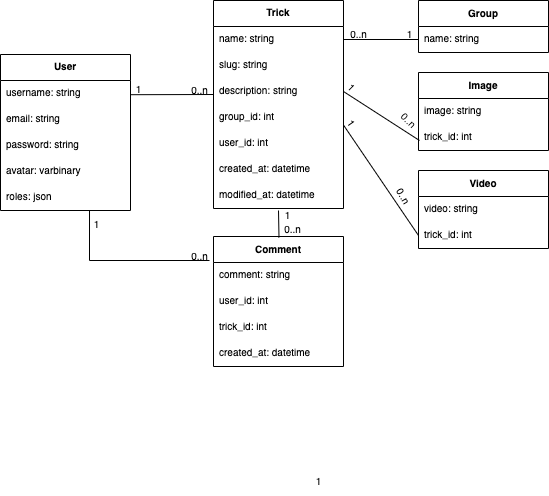
Earlier version of the draw.io export diagrammes/Diagramme-de-classes.png (ZitaNguyen/SnowTricks). Source tidied: cells renumbered, new cells last; positions are measured from the earlier drawing's top-left corner, leaving out a move shared by most shapes. Its diagram source:
```xml
<mxGraphModel>
  <root>
    <mxCell id="0" />
    <mxCell id="1" parent="0" />
    <mxCell id="2" value="User" style="swimlane;fontStyle=1;align=center;verticalAlign=top;horizontal=1;startSize=26;fontSize=10;" parent="1" vertex="1">
      <mxGeometry y="54" width="130" height="156" as="geometry" />
    </mxCell>
    <mxCell id="3" value="username: string" style="text;strokeColor=none;fillColor=none;align=left;verticalAlign=top;spacingLeft=4;spacingRight=4;overflow=hidden;fontSize=10;" parent="2" vertex="1">
      <mxGeometry y="26" width="130" height="26" as="geometry" />
    </mxCell>
    <mxCell id="4" value="email: string" style="text;strokeColor=none;fillColor=none;align=left;verticalAlign=top;spacingLeft=4;spacingRight=4;overflow=hidden;fontSize=10;" parent="2" vertex="1">
      <mxGeometry y="52" width="130" height="26" as="geometry" />
    </mxCell>
    <mxCell id="5" value="password: string" style="text;strokeColor=none;fillColor=none;align=left;verticalAlign=top;spacingLeft=4;spacingRight=4;overflow=hidden;fontSize=10;" parent="2" vertex="1">
      <mxGeometry y="78" width="130" height="26" as="geometry" />
    </mxCell>
    <mxCell id="6" value="avatar: varbinary" style="text;strokeColor=none;fillColor=none;align=left;verticalAlign=top;spacingLeft=4;spacingRight=4;overflow=hidden;fontSize=10;" parent="2" vertex="1">
      <mxGeometry y="104" width="130" height="26" as="geometry" />
    </mxCell>
    <mxCell id="7" value="roles: json" style="text;strokeColor=none;fillColor=none;align=left;verticalAlign=top;spacingLeft=4;spacingRight=4;overflow=hidden;fontSize=10;" parent="2" vertex="1">
      <mxGeometry y="130" width="130" height="26" as="geometry" />
    </mxCell>
    <mxCell id="8" value="Comment" style="swimlane;fontStyle=1;horizontal=1;startSize=26;fillColor=none;fontSize=10;" parent="1" vertex="1">
      <mxGeometry x="213" y="236" width="130" height="130" as="geometry" />
    </mxCell>
    <mxCell id="9" value="comment: string" style="text;strokeColor=none;fillColor=none;align=left;verticalAlign=top;spacingLeft=4;spacingRight=4;overflow=hidden;fontSize=10;" parent="8" vertex="1">
      <mxGeometry y="26" width="130" height="26" as="geometry" />
    </mxCell>
    <mxCell id="10" value="user_id: int" style="text;strokeColor=none;fillColor=none;align=left;verticalAlign=top;spacingLeft=4;spacingRight=4;overflow=hidden;fontSize=10;" parent="8" vertex="1">
      <mxGeometry y="52" width="130" height="26" as="geometry" />
    </mxCell>
    <mxCell id="11" value="trick_id: int" style="text;strokeColor=none;fillColor=none;align=left;verticalAlign=top;spacingLeft=4;spacingRight=4;overflow=hidden;fontSize=10;" parent="8" vertex="1">
      <mxGeometry y="78" width="130" height="26" as="geometry" />
    </mxCell>
    <mxCell id="12" value="created_at: datetime" style="text;strokeColor=none;fillColor=none;align=left;verticalAlign=top;spacingLeft=4;spacingRight=4;overflow=hidden;fontSize=10;" parent="8" vertex="1">
      <mxGeometry y="104" width="130" height="26" as="geometry" />
    </mxCell>
    <mxCell id="13" value="1" style="text;html=1;align=center;verticalAlign=middle;strokeColor=none;fillColor=none;fontSize=10;rotation=55;" parent="1" vertex="1">
      <mxGeometry x="337" y="107" width="30" height="30" as="geometry" />
    </mxCell>
    <mxCell id="14" value="0..n" style="text;html=1;align=center;verticalAlign=middle;strokeColor=none;fillColor=none;fontSize=10;rotation=45;" parent="1" vertex="1">
      <mxGeometry x="389" y="104" width="40" height="30" as="geometry" />
    </mxCell>
    <mxCell id="15" value="Trick" style="swimlane;fontStyle=1;align=center;verticalAlign=top;horizontal=1;startSize=26;fontSize=10;" parent="1" vertex="1">
      <mxGeometry x="213" width="130" height="208" as="geometry" />
    </mxCell>
    <mxCell id="16" value="name: string" style="text;strokeColor=none;fillColor=none;align=left;verticalAlign=top;spacingLeft=4;spacingRight=4;overflow=hidden;points=[[0,0.5],[1,0.5]];portConstraint=eastwest;fontSize=10;" parent="15" vertex="1">
      <mxGeometry y="26" width="130" height="26" as="geometry" />
    </mxCell>
    <mxCell id="17" value="slug: string" style="text;strokeColor=none;fillColor=none;align=left;verticalAlign=top;spacingLeft=4;spacingRight=4;overflow=hidden;fontSize=10;" parent="15" vertex="1">
      <mxGeometry y="52" width="130" height="26" as="geometry" />
    </mxCell>
    <mxCell id="18" value="description: string" style="text;strokeColor=none;fillColor=none;align=left;verticalAlign=top;spacingLeft=4;spacingRight=4;overflow=hidden;points=[[0,0.5],[1,0.5]];portConstraint=eastwest;fontSize=10;" parent="15" vertex="1">
      <mxGeometry y="78" width="130" height="26" as="geometry" />
    </mxCell>
    <mxCell id="19" value="group_id: int" style="text;strokeColor=none;fillColor=none;align=left;verticalAlign=top;spacingLeft=4;spacingRight=4;overflow=hidden;points=[[0,0.5],[1,0.5]];portConstraint=eastwest;fontSize=10;" parent="15" vertex="1">
      <mxGeometry y="104" width="130" height="26" as="geometry" />
    </mxCell>
    <mxCell id="20" value="user_id: int" style="text;strokeColor=none;fillColor=none;align=left;verticalAlign=top;spacingLeft=4;spacingRight=4;overflow=hidden;fontSize=10;" parent="15" vertex="1">
      <mxGeometry y="130" width="130" height="26" as="geometry" />
    </mxCell>
    <mxCell id="21" value="created_at: datetime" style="text;strokeColor=none;fillColor=none;align=left;verticalAlign=top;spacingLeft=4;spacingRight=4;overflow=hidden;fontSize=10;" parent="15" vertex="1">
      <mxGeometry y="156" width="130" height="26" as="geometry" />
    </mxCell>
    <mxCell id="22" value="modified_at: datetime" style="text;strokeColor=none;fillColor=none;align=left;verticalAlign=top;spacingLeft=4;spacingRight=4;overflow=hidden;fontSize=10;" parent="15" vertex="1">
      <mxGeometry y="182" width="130" height="26" as="geometry" />
    </mxCell>
    <mxCell id="23" value="1" style="text;html=1;align=center;verticalAlign=middle;strokeColor=none;fillColor=none;fontSize=10;" parent="1" vertex="1">
      <mxGeometry x="303" y="465" width="30" height="30" as="geometry" />
    </mxCell>
    <mxCell id="24" value="1" style="text;html=1;align=center;verticalAlign=middle;strokeColor=none;fillColor=none;fontSize=10;rotation=45;" parent="1" vertex="1">
      <mxGeometry x="337" y="71" width="30" height="30" as="geometry" />
    </mxCell>
    <mxCell id="25" value="0..n" style="text;html=1;align=center;verticalAlign=middle;strokeColor=none;fillColor=none;fontSize=10;" parent="1" vertex="1">
      <mxGeometry x="179" y="74" width="40" height="30" as="geometry" />
    </mxCell>
    <mxCell id="26" value="1" style="text;html=1;align=center;verticalAlign=middle;strokeColor=none;fillColor=none;fontSize=10;" parent="1" vertex="1">
      <mxGeometry x="123" y="73" width="30" height="30" as="geometry" />
    </mxCell>
    <mxCell id="27" value="0..n" style="text;html=1;align=center;verticalAlign=middle;strokeColor=none;fillColor=none;fontSize=10;" parent="1" vertex="1">
      <mxGeometry x="272" y="213" width="40" height="30" as="geometry" />
    </mxCell>
    <mxCell id="28" value="1" style="text;html=1;align=center;verticalAlign=middle;strokeColor=none;fillColor=none;fontSize=10;" parent="1" vertex="1">
      <mxGeometry x="272" y="199" width="30" height="30" as="geometry" />
    </mxCell>
    <mxCell id="29" value="Group" style="swimlane;fontStyle=1;horizontal=1;startSize=26;fillColor=none;fontSize=10;" parent="1" vertex="1">
      <mxGeometry x="418" width="130" height="52" as="geometry" />
    </mxCell>
    <mxCell id="30" value="name: string" style="text;strokeColor=none;fillColor=none;align=left;verticalAlign=top;spacingLeft=4;spacingRight=4;overflow=hidden;fontSize=10;" parent="29" vertex="1">
      <mxGeometry y="26" width="130" height="26" as="geometry" />
    </mxCell>
    <mxCell id="31" value="Image" style="swimlane;fontStyle=1;horizontal=1;startSize=26;fillColor=none;fontSize=10;" parent="1" vertex="1">
      <mxGeometry x="418" y="72" width="130" height="78" as="geometry" />
    </mxCell>
    <mxCell id="32" value="image: string" style="text;strokeColor=none;fillColor=none;align=left;verticalAlign=top;spacingLeft=4;spacingRight=4;overflow=hidden;fontSize=10;" parent="31" vertex="1">
      <mxGeometry y="26" width="130" height="26" as="geometry" />
    </mxCell>
    <mxCell id="33" value="trick_id: int" style="text;strokeColor=none;fillColor=none;align=left;verticalAlign=top;spacingLeft=4;spacingRight=4;overflow=hidden;fontSize=10;" parent="31" vertex="1">
      <mxGeometry y="52" width="130" height="26" as="geometry" />
    </mxCell>
    <mxCell id="34" value="Video" style="swimlane;fontStyle=1;horizontal=1;startSize=26;fillColor=none;fontSize=10;" parent="1" vertex="1">
      <mxGeometry x="418" y="170" width="130" height="78" as="geometry" />
    </mxCell>
    <mxCell id="35" value="video: string" style="text;strokeColor=none;fillColor=none;align=left;verticalAlign=top;spacingLeft=4;spacingRight=4;overflow=hidden;fontSize=10;" parent="34" vertex="1">
      <mxGeometry y="26" width="130" height="26" as="geometry" />
    </mxCell>
    <mxCell id="36" value="trick_id: int" style="text;strokeColor=none;fillColor=none;align=left;verticalAlign=top;spacingLeft=4;spacingRight=4;overflow=hidden;points=[[0,0.5],[1,0.5]];portConstraint=eastwest;fontSize=10;" parent="34" vertex="1">
      <mxGeometry y="52" width="130" height="26" as="geometry" />
    </mxCell>
    <mxCell id="37" style="endArrow=none;html=1;rounded=0;exitX=1;exitY=0.5;exitDx=0;exitDy=0;entryX=0;entryY=0.75;entryDx=0;entryDy=0;" parent="1" edge="1" source="16" target="29">
      <mxGeometry relative="1" as="geometry" />
    </mxCell>
    <mxCell id="38" style="endArrow=none;html=1;rounded=0;entryX=0;entryY=0.5;entryDx=0;entryDy=0;exitX=0.998;exitY=0.776;exitDx=0;exitDy=0;exitPerimeter=0;" parent="1" edge="1" source="19" target="36">
      <mxGeometry relative="1" as="geometry" />
    </mxCell>
    <mxCell id="39" style="endArrow=none;html=1;rounded=0;exitX=1;exitY=0.5;exitDx=0;exitDy=0;" parent="1" edge="1" source="18">
      <mxGeometry relative="1" as="geometry">
        <mxPoint x="419" y="140" as="targetPoint" />
      </mxGeometry>
    </mxCell>
    <mxCell id="40" value="1" style="text;html=1;align=center;verticalAlign=middle;strokeColor=none;fillColor=none;fontSize=10;" parent="1" vertex="1">
      <mxGeometry x="394" y="18" width="30" height="30" as="geometry" />
    </mxCell>
    <mxCell id="41" value="0..n" style="text;html=1;align=center;verticalAlign=middle;strokeColor=none;fillColor=none;fontSize=10;" parent="1" vertex="1">
      <mxGeometry x="338" y="18" width="40" height="30" as="geometry" />
    </mxCell>
    <mxCell id="42" value="0..n" style="text;html=1;align=center;verticalAlign=middle;strokeColor=none;fillColor=none;fontSize=10;rotation=60;" parent="1" vertex="1">
      <mxGeometry x="384" y="180" width="40" height="30" as="geometry" />
    </mxCell>
    <mxCell id="43" style="endArrow=none;html=1;rounded=0;" parent="1" edge="1">
      <mxGeometry relative="1" as="geometry">
        <mxPoint x="278.5" y="237" as="sourcePoint" />
        <mxPoint x="278" y="210" as="targetPoint" />
      </mxGeometry>
    </mxCell>
    <mxCell id="44" style="endArrow=none;html=1;rounded=0;exitX=1.003;exitY=0.354;exitDx=0;exitDy=0;exitPerimeter=0;" parent="1" edge="1">
      <mxGeometry relative="1" as="geometry">
        <mxPoint x="130.4" y="94.2" as="sourcePoint" />
        <mxPoint x="213" y="94" as="targetPoint" />
      </mxGeometry>
    </mxCell>
    <mxCell id="45" style="endArrow=none;html=1;rounded=0;entryX=0.267;entryY=0.067;entryDx=0;entryDy=0;entryPerimeter=0;" parent="1" edge="1" target="47">
      <mxGeometry relative="1" as="geometry">
        <mxPoint x="209" y="260" as="sourcePoint" />
        <Array as="points">
          <mxPoint x="89" y="260" />
        </Array>
      </mxGeometry>
    </mxCell>
    <mxCell id="46" value="0..n" style="text;html=1;align=center;verticalAlign=middle;strokeColor=none;fillColor=none;fontSize=10;" parent="1" vertex="1">
      <mxGeometry x="179" y="240" width="40" height="30" as="geometry" />
    </mxCell>
    <mxCell id="47" value="1" style="text;html=1;align=center;verticalAlign=middle;points=[];strokeColor=none;fillColor=none;fontSize=10;" parent="1" vertex="1">
      <mxGeometry x="81" y="208" width="30" height="30" as="geometry" />
    </mxCell>
  </root>
</mxGraphModel>
```
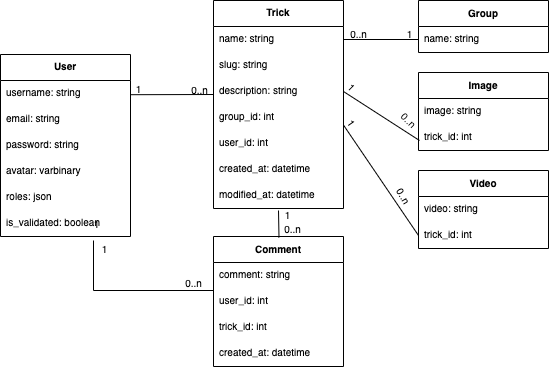
The same diagram one commit later.

What changed in the source:
```diff
@@ -3,7 +3,7 @@
     <mxCell id="0" />
     <mxCell id="1" parent="0" />
     <mxCell id="2" value="User" style="swimlane;fontStyle=1;align=center;verticalAlign=top;horizontal=1;startSize=26;fontSize=10;" parent="1" vertex="1">
-      <mxGeometry y="54" width="130" height="156" as="geometry" />
+      <mxGeometry y="54" width="130" height="182" as="geometry" />
     </mxCell>
     <mxCell id="3" value="username: string" style="text;strokeColor=none;fillColor=none;align=left;verticalAlign=top;spacingLeft=4;spacingRight=4;overflow=hidden;fontSize=10;" parent="2" vertex="1">
       <mxGeometry y="26" width="130" height="26" as="geometry" />
@@ -20,6 +20,9 @@
     <mxCell id="7" value="roles: json" style="text;strokeColor=none;fillColor=none;align=left;verticalAlign=top;spacingLeft=4;spacingRight=4;overflow=hidden;fontSize=10;" parent="2" vertex="1">
       <mxGeometry y="130" width="130" height="26" as="geometry" />
     </mxCell>
+    <mxCell id="48" value="is_validated: boolean" style="text;strokeColor=none;fillColor=none;align=left;verticalAlign=top;spacingLeft=4;spacingRight=4;overflow=hidden;fontSize=10;" parent="2" vertex="1">
+      <mxGeometry y="156" width="130" height="26" as="geometry" />
+    </mxCell>
     <mxCell id="8" value="Comment" style="swimlane;fontStyle=1;horizontal=1;startSize=26;fillColor=none;fontSize=10;" parent="1" vertex="1">
       <mxGeometry x="213" y="236" width="130" height="130" as="geometry" />
     </mxCell>
@@ -66,7 +69,7 @@
       <mxGeometry y="182" width="130" height="26" as="geometry" />
     </mxCell>
     <mxCell id="23" value="1" style="text;html=1;align=center;verticalAlign=middle;strokeColor=none;fillColor=none;fontSize=10;" parent="1" vertex="1">
-      <mxGeometry x="303" y="465" width="30" height="30" as="geometry" />
+      <mxGeometry x="89" y="233" width="30" height="30" as="geometry" />
     </mxCell>
     <mxCell id="24" value="1" style="text;html=1;align=center;verticalAlign=middle;strokeColor=none;fillColor=none;fontSize=10;rotation=45;" parent="1" vertex="1">
       <mxGeometry x="337" y="71" width="30" height="30" as="geometry" />
@@ -139,16 +142,17 @@
         <mxPoint x="213" y="94" as="targetPoint" />
       </mxGeometry>
     </mxCell>
-    <mxCell id="45" style="endArrow=none;html=1;rounded=0;entryX=0.267;entryY=0.067;entryDx=0;entryDy=0;entryPerimeter=0;" parent="1" edge="1" target="47">
+    <mxCell id="45" style="endArrow=none;html=1;rounded=0;" parent="1" edge="1">
       <mxGeometry relative="1" as="geometry">
-        <mxPoint x="209" y="260" as="sourcePoint" />
+        <mxPoint x="213" y="290" as="sourcePoint" />
+        <mxPoint x="93" y="240" as="targetPoint" />
         <Array as="points">
-          <mxPoint x="89" y="260" />
+          <mxPoint x="93" y="290" />
         </Array>
       </mxGeometry>
     </mxCell>
     <mxCell id="46" value="0..n" style="text;html=1;align=center;verticalAlign=middle;strokeColor=none;fillColor=none;fontSize=10;" parent="1" vertex="1">
-      <mxGeometry x="179" y="240" width="40" height="30" as="geometry" />
+      <mxGeometry x="173" y="267" width="40" height="30" as="geometry" />
     </mxCell>
     <mxCell id="47" value="1" style="text;html=1;align=center;verticalAlign=middle;points=[];strokeColor=none;fillColor=none;fontSize=10;" parent="1" vertex="1">
       <mxGeometry x="81" y="208" width="30" height="30" as="geometry" />
```
